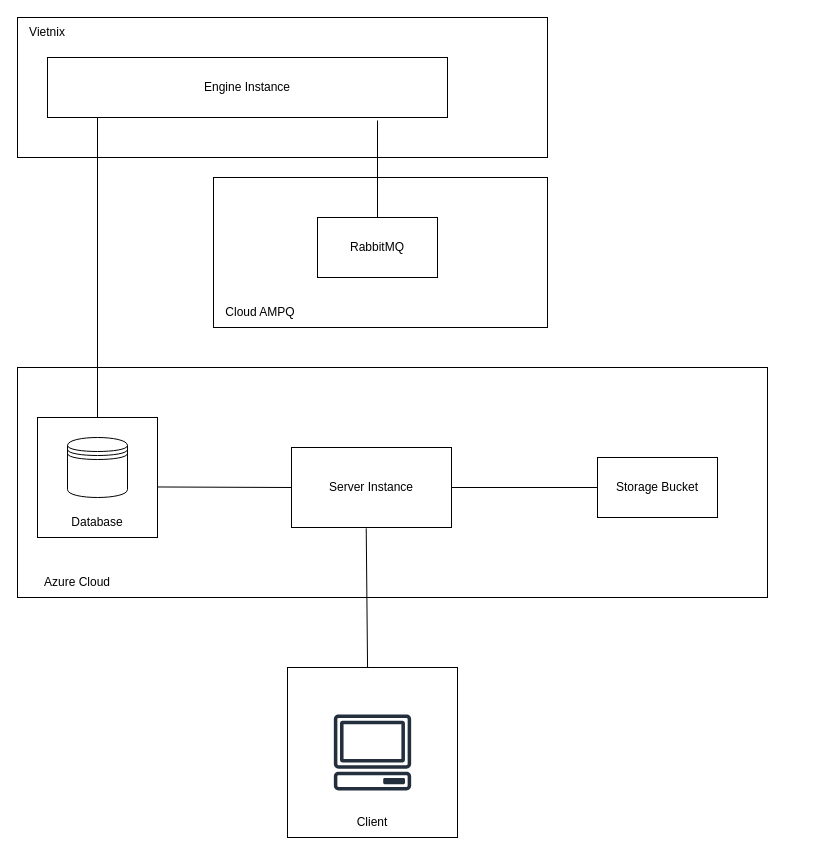
Above: page "High level system design" (1 of 19) of docs/Diagrams.drawio in PhungThanhTu/pcode (draw.io), before the change. Source tidied: cells renumbered, new cells numbered last; positions are measured from the earlier drawing's top-left corner, leaving out a move shared by most shapes. Both pictures are drawn from the tidied source at 100%, with x=0, y=0 at pixel (17, 17).
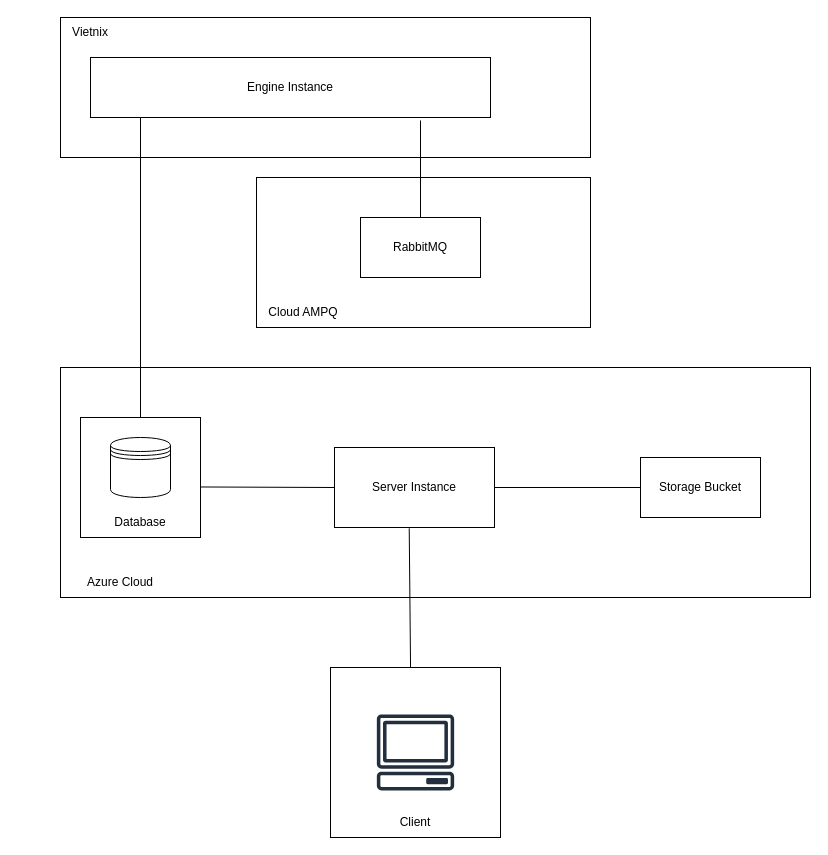
The same page after the edit.

Commit message (it also covers changes not shown here):
- fix bugs in submisison change trigger - regrade API - update diagram - reformat redundant space

The change refers to these unchanged cells:
```xml
<mxCell id="8" style="rounded=0;whiteSpace=wrap;html=1;" parent="7" vertex="1">
  <mxGeometry width="120" height="120" as="geometry" />
</mxCell>
<mxCell id="13" style="rounded=0;whiteSpace=wrap;html=1;" parent="12" vertex="1">
  <mxGeometry width="170" height="170" as="geometry" />
</mxCell>
```

Change to the diagram source:
```diff
@@
+    <mxCell id="25" style="group;" parent="1" vertex="1">
+      <mxGeometry x="43" width="750" height="820" as="geometry" />
+    </mxCell>
-    <mxCell id="2" style="rounded=0;whiteSpace=wrap;html=1;" parent="1" vertex="1">
+    <mxCell id="2" style="rounded=0;whiteSpace=wrap;html=1;" parent="25" vertex="1">
       <mxGeometry width="530" height="140" as="geometry" />
     </mxCell>
-    <mxCell id="3" style="rounded=0;whiteSpace=wrap;html=1;" parent="1" vertex="1">
+    <mxCell id="3" style="rounded=0;whiteSpace=wrap;html=1;" parent="25" vertex="1">
       <mxGeometry x="196" y="160" width="334" height="150" as="geometry" />
     </mxCell>
-    <mxCell id="4" style="rounded=0;whiteSpace=wrap;html=1;" parent="1" vertex="1">
+    <mxCell id="4" style="rounded=0;whiteSpace=wrap;html=1;" parent="25" vertex="1">
       <mxGeometry y="350" width="750" height="230" as="geometry" />
     </mxCell>
-    <mxCell id="5" value="Server Instance" style="rounded=0;whiteSpace=wrap;html=1;" parent="1" vertex="1">
+    <mxCell id="5" value="Server Instance" style="rounded=0;whiteSpace=wrap;html=1;" parent="25" vertex="1">
       <mxGeometry x="274" y="430" width="160" height="80" as="geometry" />
     </mxCell>
-    <mxCell id="6" value="Storage Bucket" style="rounded=0;whiteSpace=wrap;html=1;" parent="1" vertex="1">
+    <mxCell id="6" value="Storage Bucket" style="rounded=0;whiteSpace=wrap;html=1;" parent="25" vertex="1">
       <mxGeometry x="580" y="440" width="120" height="60" as="geometry" />
     </mxCell>
-    <mxCell id="7" style="group;" parent="1" vertex="1">
+    <mxCell id="7" style="group;" parent="25" vertex="1">
       <mxGeometry x="20" y="400" width="120" height="120" as="geometry" />
     </mxCell>
@@
-    <mxCell id="11" style="endArrow=none;html=1;rounded=0;entryX=0.467;entryY=1.01;entryDx=0;entryDy=0;exitX=0.471;exitY=0.008;exitDx=0;exitDy=0;exitPerimeter=0;entryPerimeter=0;" parent="1" edge="1" source="13" target="5">
+    <mxCell id="11" style="endArrow=none;html=1;rounded=0;entryX=0.467;entryY=1.01;entryDx=0;entryDy=0;exitX=0.471;exitY=0.008;exitDx=0;exitDy=0;exitPerimeter=0;entryPerimeter=0;" parent="25" edge="1" source="13" target="5">
       <mxGeometry relative="1" as="geometry" />
     </mxCell>
-    <mxCell id="12" style="group;" parent="1" vertex="1">
+    <mxCell id="12" style="group;" parent="25" vertex="1">
       <mxGeometry x="270" y="650" width="170" height="170" as="geometry" />
     </mxCell>
@@
-    <mxCell id="16" style="endArrow=none;html=1;rounded=0;exitX=1.002;exitY=0.579;exitDx=0;exitDy=0;entryX=0;entryY=0.5;entryDx=0;entryDy=0;exitPerimeter=0;" parent="1" edge="1" source="8" target="5">
+    <mxCell id="16" style="endArrow=none;html=1;rounded=0;exitX=1.002;exitY=0.579;exitDx=0;exitDy=0;entryX=0;entryY=0.5;entryDx=0;entryDy=0;exitPerimeter=0;" parent="25" edge="1" source="8" target="5">
       <mxGeometry relative="1" as="geometry" />
     </mxCell>
-    <mxCell id="17" style="endArrow=none;html=1;rounded=0;entryX=0;entryY=0.5;entryDx=0;entryDy=0;exitX=1;exitY=0.5;exitDx=0;exitDy=0;" parent="1" edge="1" source="5" target="6">
+    <mxCell id="17" style="endArrow=none;html=1;rounded=0;entryX=0;entryY=0.5;entryDx=0;entryDy=0;exitX=1;exitY=0.5;exitDx=0;exitDy=0;" parent="25" edge="1" source="5" target="6">
       <mxGeometry relative="1" as="geometry" />
     </mxCell>
-    <mxCell id="18" value="RabbitMQ" style="rounded=0;whiteSpace=wrap;html=1;" parent="1" vertex="1">
+    <mxCell id="18" value="RabbitMQ" style="rounded=0;whiteSpace=wrap;html=1;" parent="25" vertex="1">
       <mxGeometry x="300" y="200" width="120" height="60" as="geometry" />
     </mxCell>
-    <mxCell id="19" value="Engine Instance" style="rounded=0;whiteSpace=wrap;html=1;" parent="1" vertex="1">
+    <mxCell id="19" value="Engine Instance" style="rounded=0;whiteSpace=wrap;html=1;" parent="25" vertex="1">
       <mxGeometry x="30" y="40" width="400" height="60" as="geometry" />
     </mxCell>
-    <mxCell id="20" style="endArrow=none;html=1;rounded=0;entryX=0.5;entryY=0;entryDx=0;entryDy=0;" parent="1" edge="1" target="8">
+    <mxCell id="20" style="endArrow=none;html=1;rounded=0;entryX=0.5;entryY=0;entryDx=0;entryDy=0;" parent="25" edge="1" target="8">
       <mxGeometry relative="1" as="geometry">
         <mxPoint x="80" y="100" as="sourcePoint" />
       </mxGeometry>
     </mxCell>
-    <mxCell id="21" style="endArrow=none;html=1;rounded=0;exitX=0.825;exitY=1.05;exitDx=0;exitDy=0;exitPerimeter=0;entryX=0.5;entryY=0;entryDx=0;entryDy=0;" parent="1" edge="1" source="19" target="18">
+    <mxCell id="21" style="endArrow=none;html=1;rounded=0;exitX=0.825;exitY=1.05;exitDx=0;exitDy=0;exitPerimeter=0;entryX=0.5;entryY=0;entryDx=0;entryDy=0;" parent="25" edge="1" source="19" target="18">
       <mxGeometry relative="1" as="geometry" />
     </mxCell>
-    <mxCell id="22" value="Azure Cloud" style="text;html=1;strokeColor=none;fillColor=none;align=center;verticalAlign=middle;whiteSpace=wrap;rounded=0;" parent="1" vertex="1">
+    <mxCell id="22" value="Azure Cloud" style="text;html=1;strokeColor=none;fillColor=none;align=center;verticalAlign=middle;whiteSpace=wrap;rounded=0;" parent="25" vertex="1">
       <mxGeometry y="550" width="120" height="30" as="geometry" />
     </mxCell>
-    <mxCell id="23" value="Cloud AMPQ" style="text;html=1;strokeColor=none;fillColor=none;align=center;verticalAlign=middle;whiteSpace=wrap;rounded=0;" parent="1" vertex="1">
+    <mxCell id="23" value="Cloud AMPQ" style="text;html=1;strokeColor=none;fillColor=none;align=center;verticalAlign=middle;whiteSpace=wrap;rounded=0;" parent="25" vertex="1">
       <mxGeometry x="196" y="280" width="94" height="30" as="geometry" />
     </mxCell>
-    <mxCell id="24" value="Vietnix" style="text;html=1;strokeColor=none;fillColor=none;align=center;verticalAlign=middle;whiteSpace=wrap;rounded=0;" parent="1" vertex="1">
+    <mxCell id="24" value="Vietnix" style="text;html=1;strokeColor=none;fillColor=none;align=center;verticalAlign=middle;whiteSpace=wrap;rounded=0;" parent="25" vertex="1">
       <mxGeometry width="60" height="30" as="geometry" />
     </mxCell>
```
